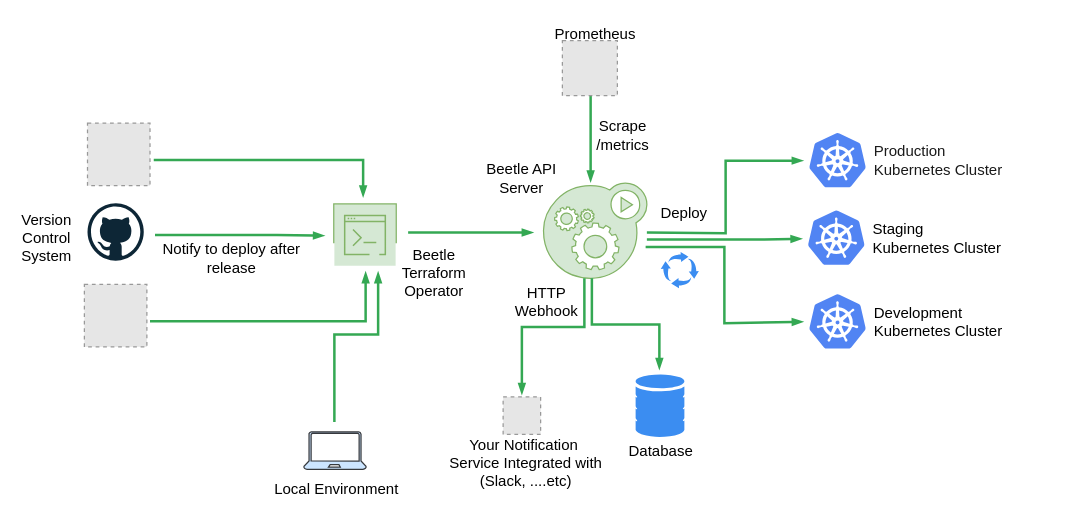
This is assets/img/chart.drawio from Clivern/Beetle, a draw.io file, before an edit. Source tidied: cells renumbered, new cells numbered last; positions are measured from the earlier drawing's top-left corner, leaving out a move shared by most shapes. Both pictures are drawn from the tidied source at 125%, with x=0, y=0 at pixel (21, 21). Pictures stored in the file or linked from it are replaced by grey dashed boxes.
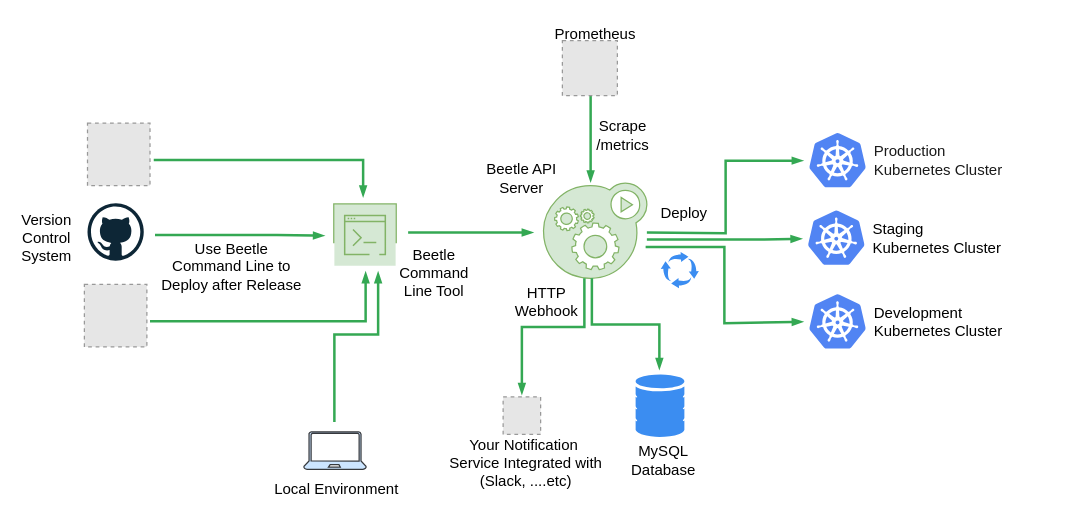
The same page after the edit.

What changed in the source:
```diff
@@
-    <mxCell id="24" value="Database" style="text;html=1;strokeColor=none;fillColor=none;align=center;verticalAlign=middle;whiteSpace=wrap;rounded=0;fontColor=#000000;" parent="1" vertex="1">
-      <mxGeometry x="495.8" y="339" width="31.4" height="10" as="geometry" />
+    <mxCell id="24" value="MySQL Database" style="text;html=1;strokeColor=none;fillColor=none;align=center;verticalAlign=middle;whiteSpace=wrap;rounded=0;fontColor=#000000;" parent="1" vertex="1">
+      <mxGeometry x="497.8" y="346" width="31.4" height="10" as="geometry" />
     </mxCell>
@@
-    <mxCell id="26" value="Beetle Terraform Operator" style="text;html=1;strokeColor=none;fillColor=none;align=center;verticalAlign=middle;whiteSpace=wrap;rounded=0;fontColor=#000000;" parent="1" vertex="1">
+    <mxCell id="26" value="Beetle Command Line Tool" style="text;html=1;strokeColor=none;fillColor=none;align=center;verticalAlign=middle;whiteSpace=wrap;rounded=0;fontColor=#000000;" parent="1" vertex="1">
       <mxGeometry x="300" y="183" width="60" height="35" as="geometry" />
     </mxCell>
@@
-    <mxCell id="28" value="Notify to deploy after release" style="text;html=1;strokeColor=none;fillColor=none;align=center;verticalAlign=middle;whiteSpace=wrap;rounded=0;fontColor=#000000;" parent="1" vertex="1">
-      <mxGeometry x="110" y="179" width="115.5" height="20" as="geometry" />
+    <mxCell id="28" value="Use Beetle Command Line to Deploy after Release" style="text;html=1;strokeColor=none;fillColor=none;align=center;verticalAlign=middle;whiteSpace=wrap;rounded=0;fontColor=#000000;" parent="1" vertex="1">
+      <mxGeometry x="110" y="186" width="115.5" height="20" as="geometry" />
     </mxCell>
```
